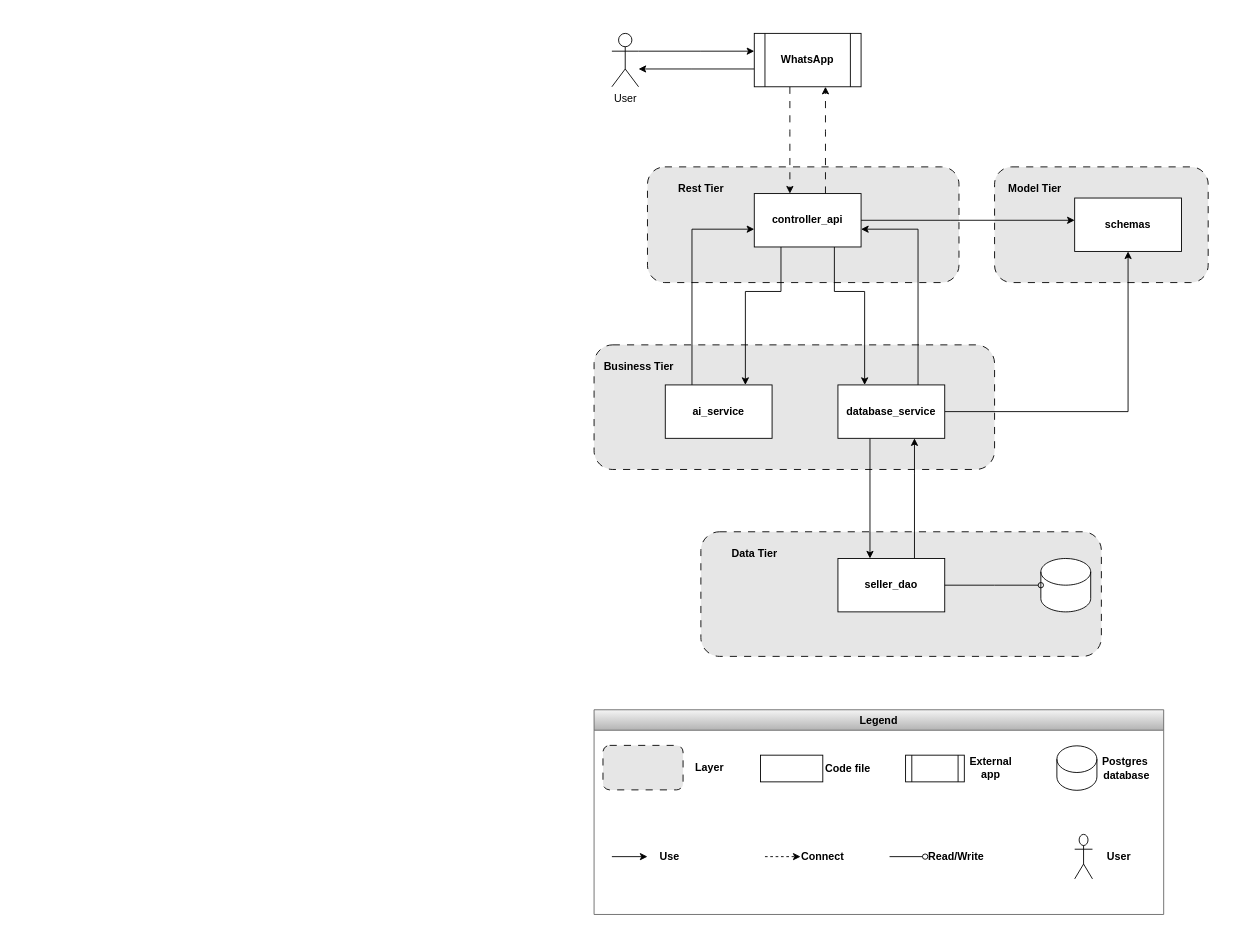
The draw.io diagram page "C&C - Seller API" (4 of 4) of Design diagram.drawio in Nahuel7978/SellerBot, before the edit. Source tidied: cells renumbered, new cells numbered last; positions are measured from the earlier drawing's top-left corner, leaving out a move shared by most shapes. Both pictures are drawn from the tidied source at 89%, with x=0, y=0 at pixel (594, 33). Pictures stored in the file or linked from it are replaced by grey dashed boxes.
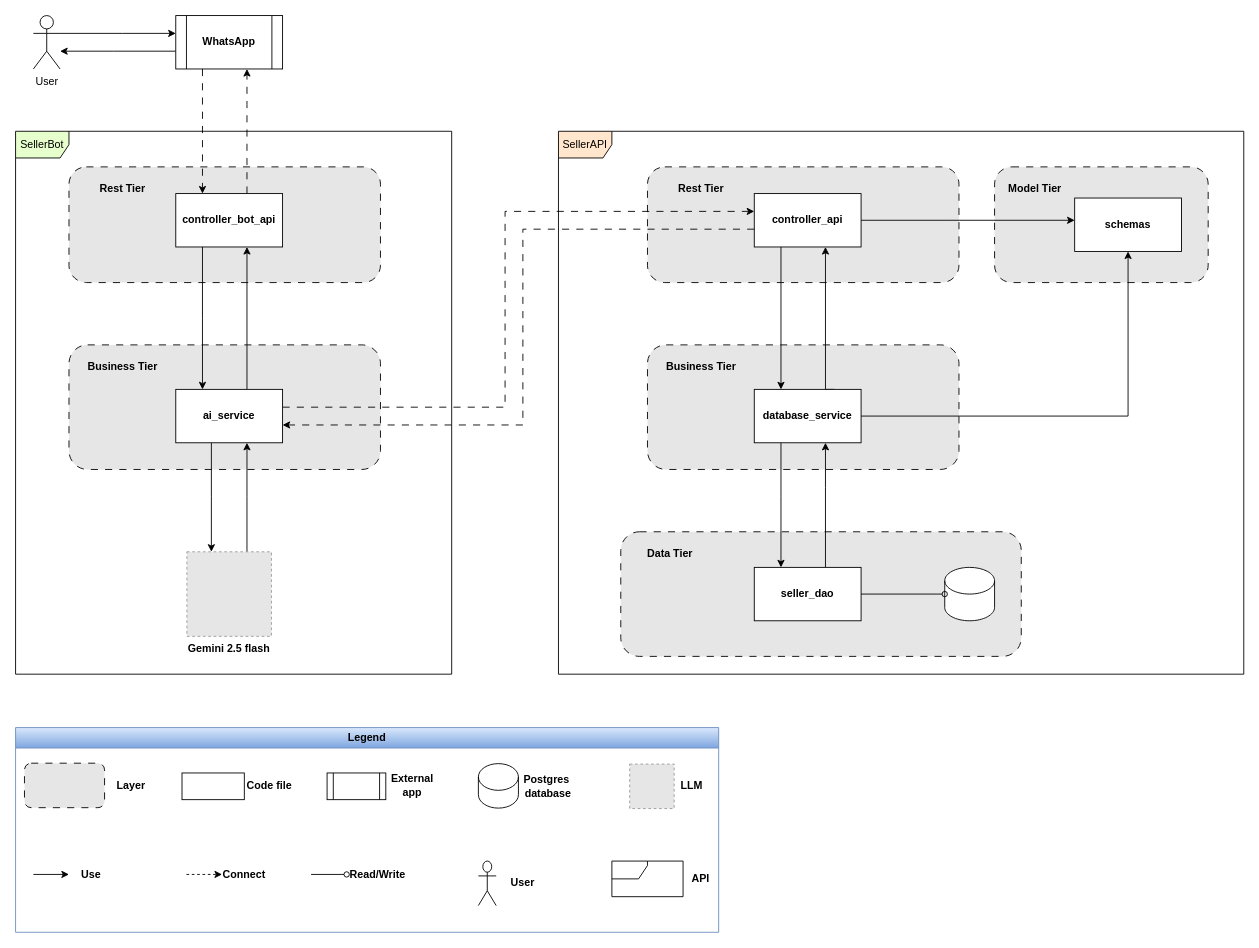
After the change.

Unchanged cells that the change refers to:
```xml
<mxCell id="16" value="controller_api" style="rounded=0;whiteSpace=wrap;html=1;fontStyle=1;" parent="1" vertex="1">
  <mxGeometry x="180" y="180" width="120" height="60" as="geometry" />
</mxCell>
```

Diff of the diagram source:
```diff
@@
+    <mxCell id="54" value="SellerBot" style="shape=umlFrame;whiteSpace=wrap;html=1;swimlaneFillColor=none;fillColor=#E6FFCC;" parent="1" vertex="1">
+      <mxGeometry x="-650" y="110" width="490" height="610" as="geometry" />
+    </mxCell>
+    <mxCell id="55" value="SellerAPI" style="shape=umlFrame;whiteSpace=wrap;html=1;swimlaneFillColor=none;fillColor=#ffe6cc;strokeColor=light-dark(#000000, #996500);" parent="1" vertex="1">
+      <mxGeometry x="-40" y="110" width="770" height="610" as="geometry" />
+    </mxCell>
@@
     <mxCell id="3" style="rounded=1;whiteSpace=wrap;html=1;dashed=1;dashPattern=8 8;fillColor=#E6E6E6;" parent="1" vertex="1">
-      <mxGeometry x="120" y="560" width="450" height="140" as="geometry" />
+      <mxGeometry x="30" y="560" width="450" height="140" as="geometry" />
     </mxCell>
     <mxCell id="4" style="rounded=1;whiteSpace=wrap;html=1;dashed=1;dashPattern=8 8;fillColor=#E6E6E6;" parent="1" vertex="1">
-      <mxGeometry y="350" width="450" height="140" as="geometry" />
+      <mxGeometry x="60" y="350" width="350" height="140" as="geometry" />
     </mxCell>
@@
     <mxCell id="8" style="edgeStyle=orthogonalEdgeStyle;rounded=0;jettySize=auto;html=1;" parent="1" edge="1" source="9" target="53">
       <mxGeometry relative="1" as="geometry">
         <Array as="points">
-          <mxPoint x="120" y="20" />
-          <mxPoint x="120" y="20" />
+          <mxPoint x="-530" />
+          <mxPoint x="-530" />
         </Array>
       </mxGeometry>
     </mxCell>
     <mxCell id="9" value="User" style="shape=umlActor;verticalLabelPosition=bottom;verticalAlign=top;html=1;outlineConnect=0;" parent="1" vertex="1">
-      <mxGeometry x="20" width="30" height="60" as="geometry" />
+      <mxGeometry x="-630" y="-20" width="30" height="60" as="geometry" />
     </mxCell>
     <mxCell id="10" style="edgeStyle=orthogonalEdgeStyle;rounded=0;jettySize=auto;html=1;" parent="1" edge="1" source="53" target="9">
       <mxGeometry relative="1" as="geometry">
         <Array as="points">
-          <mxPoint x="110" y="40" />
-          <mxPoint x="110" y="40" />
+          <mxPoint x="-540" y="20" />
+          <mxPoint x="-540" y="20" />
         </Array>
       </mxGeometry>
     </mxCell>
-    <mxCell id="11" style="edgeStyle=orthogonalEdgeStyle;rounded=0;jettySize=auto;html=1;dashed=1;dashPattern=8 8;" parent="1" edge="1" source="53" target="16">
-      <mxGeometry relative="1" as="geometry">
-        <Array as="points">
-          <mxPoint x="220" y="110" />
-          <mxPoint x="220" y="110" />
-        </Array>
-      </mxGeometry>
-    </mxCell>
-    <mxCell id="12" style="edgeStyle=orthogonalEdgeStyle;rounded=0;jettySize=auto;html=1;dashed=1;dashPattern=8 8;" parent="1" edge="1" source="16" target="53">
-      <mxGeometry relative="1" as="geometry">
-        <Array as="points">
-          <mxPoint x="260" y="110" />
-          <mxPoint x="260" y="110" />
-        </Array>
-      </mxGeometry>
-    </mxCell>
@@
-    <mxCell id="14" style="edgeStyle=orthogonalEdgeStyle;rounded=0;jettySize=auto;html=1;entryX=0.75;entryY=0;entryDx=0;entryDy=0;" parent="1" edge="1" source="16" target="22">
-      <mxGeometry relative="1" as="geometry">
-        <Array as="points">
-          <mxPoint x="210" y="290" />
-          <mxPoint x="170" y="290" />
-        </Array>
-      </mxGeometry>
-    </mxCell>
     <mxCell id="15" style="edgeStyle=orthogonalEdgeStyle;rounded=0;jettySize=auto;html=1;entryX=0.25;entryY=0;entryDx=0;entryDy=0;" parent="1" edge="1" source="16" target="20">
       <mxGeometry relative="1" as="geometry">
         <Array as="points">
-          <mxPoint x="270" y="290" />
-          <mxPoint x="304" y="290" />
+          <mxPoint x="210" y="350" />
+          <mxPoint x="210" y="350" />
         </Array>
       </mxGeometry>
     </mxCell>
@@
     <mxCell id="18" style="edgeStyle=orthogonalEdgeStyle;rounded=0;jettySize=auto;html=1;exitX=0.75;exitY=0;exitDx=0;exitDy=0;" parent="1" edge="1" source="20" target="16">
       <mxGeometry relative="1" as="geometry">
         <Array as="points">
-          <mxPoint x="364" y="220" />
+          <mxPoint x="260" y="400" />
         </Array>
       </mxGeometry>
     </mxCell>
     <mxCell id="19" style="edgeStyle=orthogonalEdgeStyle;rounded=0;jettySize=auto;html=1;" parent="1" edge="1" source="20" target="25">
       <mxGeometry relative="1" as="geometry">
         <Array as="points">
-          <mxPoint x="310" y="495" />
-          <mxPoint x="310" y="495" />
+          <mxPoint x="210" y="520" />
+          <mxPoint x="210" y="520" />
         </Array>
       </mxGeometry>
     </mxCell>
     <mxCell id="20" value="database_service" style="rounded=0;whiteSpace=wrap;html=1;fontStyle=1;" parent="1" vertex="1">
-      <mxGeometry x="274" y="395" width="120" height="60" as="geometry" />
+      <mxGeometry x="180" y="400" width="120" height="60" as="geometry" />
     </mxCell>
-    <mxCell id="21" style="edgeStyle=orthogonalEdgeStyle;rounded=0;jettySize=auto;html=1;exitX=0.25;exitY=0;exitDx=0;exitDy=0;" parent="1" edge="1" source="22" target="16">
-      <mxGeometry relative="1" as="geometry">
-        <Array as="points">
-          <mxPoint x="110" y="220" />
-        </Array>
-      </mxGeometry>
-    </mxCell>
-    <mxCell id="22" value="ai_service" style="rounded=0;whiteSpace=wrap;html=1;fontStyle=1;" parent="1" vertex="1">
-      <mxGeometry x="80" y="395" width="120" height="60" as="geometry" />
-    </mxCell>
@@
     <mxCell id="24" style="edgeStyle=orthogonalEdgeStyle;rounded=0;jettySize=auto;html=1;" parent="1" edge="1" source="25" target="20">
       <mxGeometry relative="1" as="geometry">
         <Array as="points">
-          <mxPoint x="360" y="495" />
-          <mxPoint x="360" y="495" />
+          <mxPoint x="260" y="510" />
+          <mxPoint x="260" y="510" />
         </Array>
       </mxGeometry>
     </mxCell>
     <mxCell id="25" value="seller_dao" style="rounded=0;whiteSpace=wrap;html=1;fontStyle=1;" parent="1" vertex="1">
-      <mxGeometry x="274" y="590" width="120" height="60" as="geometry" />
+      <mxGeometry x="180" y="600" width="120" height="60" as="geometry" />
     </mxCell>
     <mxCell id="26" style="shape=cylinder3;whiteSpace=wrap;html=1;boundedLbl=1;backgroundOutline=1;size=15;" parent="1" vertex="1">
-      <mxGeometry x="502" y="590" width="56" height="60" as="geometry" />
+      <mxGeometry x="394" y="600" width="56" height="60" as="geometry" />
     </mxCell>
@@
     <mxCell id="28" value="&lt;b&gt;Business Tier&lt;/b&gt;" style="text;html=1;align=center;verticalAlign=middle;strokeColor=none;fillColor=none;" parent="1" vertex="1">
-      <mxGeometry y="360" width="100" height="30" as="geometry" />
+      <mxGeometry x="70" y="360" width="100" height="30" as="geometry" />
     </mxCell>
     <mxCell id="29" value="&lt;b&gt;Data&amp;nbsp;Tier&lt;/b&gt;" style="text;html=1;align=center;verticalAlign=middle;strokeColor=none;fillColor=none;" parent="1" vertex="1">
-      <mxGeometry x="145" y="570" width="70" height="30" as="geometry" />
+      <mxGeometry x="50" y="570" width="70" height="30" as="geometry" />
     </mxCell>
@@
-    <mxCell id="31" value="Legend" style="swimlane;whiteSpace=wrap;html=1;fillColor=#f5f5f5;strokeColor=#666666;gradientColor=#b3b3b3;" parent="1" vertex="1">
-      <mxGeometry y="760" width="640" height="230" as="geometry" />
+    <mxCell id="31" value="Legend" style="swimlane;whiteSpace=wrap;html=1;fillColor=#dae8fc;strokeColor=#6c8ebf;gradientColor=#7ea6e0;" parent="1" vertex="1">
+      <mxGeometry x="-650" y="780" width="790" height="230" as="geometry" />
     </mxCell>
@@
-    <mxCell id="50" style="group;" parent="1" vertex="1">
-      <mxGeometry x="540" y="900" width="80" height="50" as="geometry" />
+    <mxCell id="50" style="group;" parent="31" vertex="1">
+      <mxGeometry x="520" y="150" width="80" height="50" as="geometry" />
     </mxCell>
@@
+    <mxCell id="56" style="group;" parent="31" vertex="1">
+      <mxGeometry x="690" y="41" width="100" height="50" as="geometry" />
+    </mxCell>
+    <mxCell id="57" style="fillColor=#E6E6E6;strokeColor=#999999;dashed=1;verticalLabelPosition=bottom;labelBackgroundColor=default;verticalAlign=top;fontStyle=1;" parent="56" vertex="1">
+      <mxGeometry width="50" height="50" as="geometry" />
+    </mxCell>
+    <mxCell id="58" value="&lt;b&gt;LLM&lt;/b&gt;" style="text;html=1;whiteSpace=wrap;strokeColor=none;fillColor=none;align=center;verticalAlign=middle;rounded=0;" parent="56" vertex="1">
+      <mxGeometry x="40" y="10" width="60" height="30" as="geometry" />
+    </mxCell>
+    <mxCell id="59" style="group;" parent="31" vertex="1">
+      <mxGeometry x="670" y="150" width="130" height="40" as="geometry" />
+    </mxCell>
+    <mxCell id="60" style="shape=umlFrame;whiteSpace=wrap;html=1;width=40;height=20;" parent="59" vertex="1">
+      <mxGeometry width="80" height="40" as="geometry" />
+    </mxCell>
+    <mxCell id="61" value="&lt;b&gt;API&lt;/b&gt;" style="text;html=1;whiteSpace=wrap;strokeColor=none;fillColor=none;align=center;verticalAlign=middle;rounded=0;" parent="59" vertex="1">
+      <mxGeometry x="70" y="5" width="60" height="30" as="geometry" />
+    </mxCell>
     <mxCell id="53" value="&lt;b&gt;WhatsApp&lt;/b&gt;" style="shape=process;whiteSpace=wrap;html=1;backgroundOutline=1;" parent="1" vertex="1">
-      <mxGeometry x="180" width="120" height="60" as="geometry" />
+      <mxGeometry x="-470" y="-20" width="120" height="60" as="geometry" />
     </mxCell>
+    <mxCell id="62" style="rounded=1;whiteSpace=wrap;html=1;dashed=1;dashPattern=8 8;fillColor=#E6E6E6;" parent="1" vertex="1">
+      <mxGeometry x="-590" y="150" width="350" height="130" as="geometry" />
+    </mxCell>
+    <mxCell id="63" value="&lt;b&gt;Rest Tier&lt;/b&gt;" style="text;html=1;align=center;verticalAlign=middle;strokeColor=none;fillColor=none;" parent="1" vertex="1">
+      <mxGeometry x="-565" y="160" width="70" height="30" as="geometry" />
+    </mxCell>
+    <mxCell id="64" value="controller_bot_api" style="rounded=0;whiteSpace=wrap;html=1;fontStyle=1;" parent="1" vertex="1">
+      <mxGeometry x="-470" y="180" width="120" height="60" as="geometry" />
+    </mxCell>
+    <mxCell id="65" style="rounded=1;whiteSpace=wrap;html=1;dashed=1;dashPattern=8 8;fillColor=#E6E6E6;" parent="1" vertex="1">
+      <mxGeometry x="-590" y="350" width="350" height="140" as="geometry" />
+    </mxCell>
+    <mxCell id="21" style="edgeStyle=orthogonalEdgeStyle;rounded=0;jettySize=auto;html=1;dashed=1;dashPattern=8 8;" parent="1" edge="1" source="22" target="16">
+      <mxGeometry relative="1" as="geometry">
+        <Array as="points">
+          <mxPoint x="-100" y="420" />
+          <mxPoint x="-100" y="200" />
+        </Array>
+      </mxGeometry>
+    </mxCell>
+    <mxCell id="66" style="edgeStyle=orthogonalEdgeStyle;rounded=0;jettySize=auto;html=1;" parent="1" edge="1" source="22" target="64">
+      <mxGeometry relative="1" as="geometry">
+        <Array as="points">
+          <mxPoint x="-390" y="330" />
+          <mxPoint x="-390" y="330" />
+        </Array>
+      </mxGeometry>
+    </mxCell>
+    <mxCell id="67" style="edgeStyle=orthogonalEdgeStyle;rounded=0;jettySize=auto;html=1;" parent="1" edge="1" source="22" target="70">
+      <mxGeometry relative="1" as="geometry">
+        <Array as="points">
+          <mxPoint x="-430" y="520" />
+          <mxPoint x="-430" y="520" />
+        </Array>
+      </mxGeometry>
+    </mxCell>
+    <mxCell id="22" value="ai_service" style="rounded=0;whiteSpace=wrap;html=1;fontStyle=1;" parent="1" vertex="1">
+      <mxGeometry x="-470" y="400" width="120" height="60" as="geometry" />
+    </mxCell>
+    <mxCell id="68" value="&lt;b&gt;Business Tier&lt;/b&gt;" style="text;html=1;align=center;verticalAlign=middle;strokeColor=none;fillColor=none;" parent="1" vertex="1">
+      <mxGeometry x="-580" y="360" width="100" height="30" as="geometry" />
+    </mxCell>
+    <mxCell id="69" style="edgeStyle=orthogonalEdgeStyle;rounded=0;jettySize=auto;html=1;" parent="1" edge="1" source="70" target="22">
+      <mxGeometry relative="1" as="geometry">
+        <Array as="points">
+          <mxPoint x="-390" y="520" />
+          <mxPoint x="-390" y="520" />
+        </Array>
+      </mxGeometry>
+    </mxCell>
+    <mxCell id="70" value="Gemini 2.5 flash" style="fillColor=#E6E6E6;strokeColor=#999999;dashed=1;verticalLabelPosition=bottom;labelBackgroundColor=default;verticalAlign=top;fontStyle=1;" parent="1" vertex="1">
+      <mxGeometry x="-457.5" y="582.5" width="95" height="95" as="geometry" />
+    </mxCell>
+    <mxCell id="14" style="edgeStyle=orthogonalEdgeStyle;rounded=0;jettySize=auto;html=1;dashed=1;dashPattern=8 8;" parent="1" edge="1" source="16" target="22">
+      <mxGeometry relative="1" as="geometry">
+        <Array as="points">
+          <mxPoint x="-80" y="220" />
+          <mxPoint x="-80" y="440" />
+        </Array>
+      </mxGeometry>
+    </mxCell>
+    <mxCell id="71" style="edgeStyle=orthogonalEdgeStyle;rounded=0;jettySize=auto;html=1;" parent="1" edge="1" source="64" target="22">
+      <mxGeometry relative="1" as="geometry">
+        <Array as="points">
+          <mxPoint x="-440" y="320" />
+          <mxPoint x="-440" y="320" />
+        </Array>
+      </mxGeometry>
+    </mxCell>
+    <mxCell id="72" style="edgeStyle=orthogonalEdgeStyle;rounded=0;jettySize=auto;html=1;dashed=1;dashPattern=8 8;" parent="1" edge="1" source="53" target="64">
+      <mxGeometry relative="1" as="geometry">
+        <Array as="points">
+          <mxPoint x="-440" y="100" />
+          <mxPoint x="-440" y="100" />
+        </Array>
+      </mxGeometry>
+    </mxCell>
+    <mxCell id="73" style="edgeStyle=orthogonalEdgeStyle;rounded=0;jettySize=auto;html=1;dashed=1;dashPattern=8 8;" parent="1" edge="1" source="64" target="53">
+      <mxGeometry relative="1" as="geometry">
+        <Array as="points">
+          <mxPoint x="-390" y="80" />
+          <mxPoint x="-390" y="80" />
+        </Array>
+      </mxGeometry>
+    </mxCell>
```
